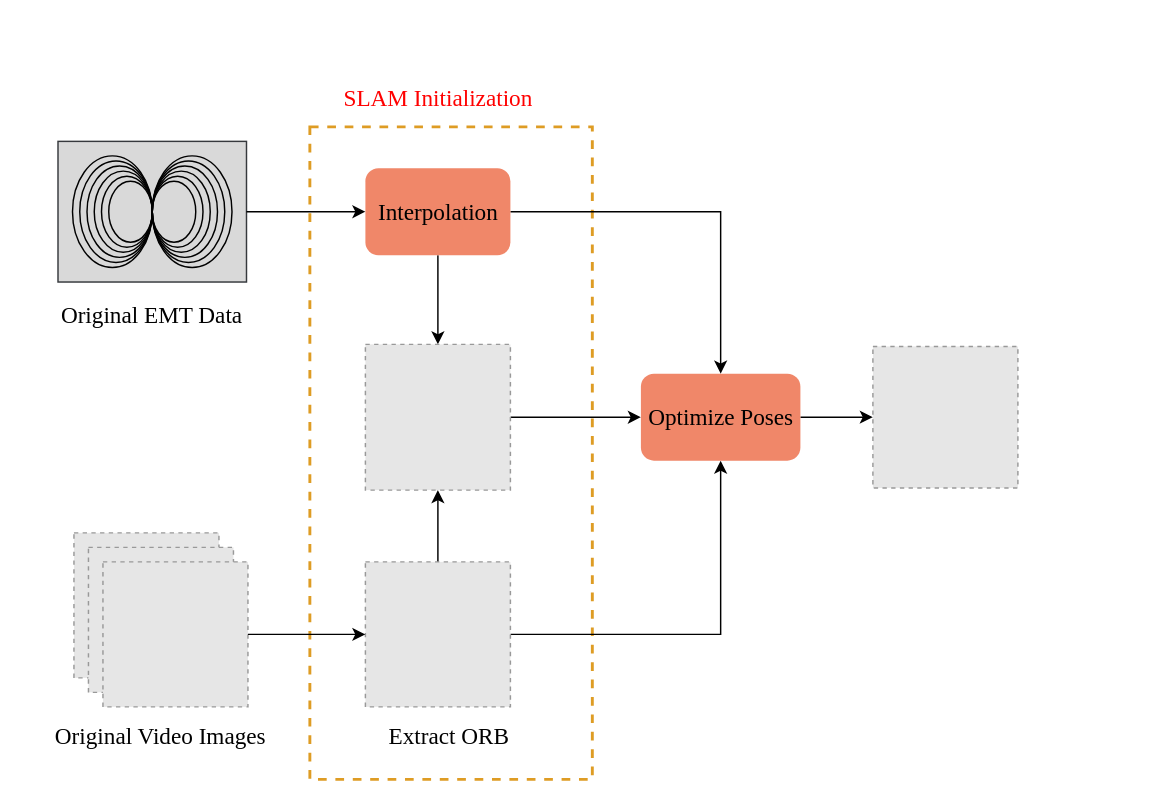
Before: framework.drawio in Abigail248/endoscope_orb_slan3, a draw.io diagram. Source tidied: cells renumbered, new cells numbered last; positions are measured from the earlier drawing's top-left corner, leaving out a move shared by most shapes. Both pictures are drawn from the tidied source at 145%, with x=0, y=0 at pixel (41, 83). Pictures stored in the file or linked from it are replaced by grey dashed boxes.
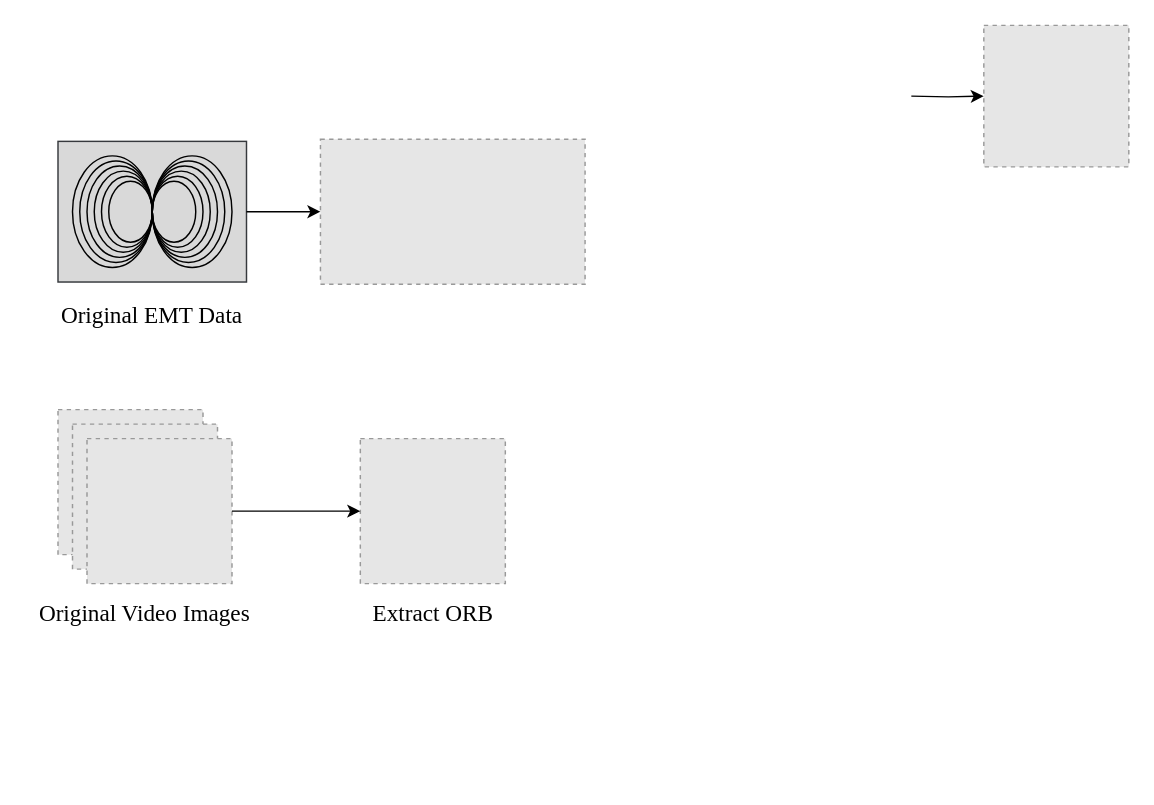
The same page after the edit.

Unchanged cells that the change refers to:
```xml
<mxCell id="5" style="rounded=0;whiteSpace=wrap;html=1;fillColor=#D9D9D9;strokeColor=#36393d;" parent="4" vertex="1">
  <mxGeometry width="130" height="97" as="geometry" />
</mxCell>
```

Change to the diagram source:
```diff
@@
-    <mxCell id="2" style="rounded=0;whiteSpace=wrap;html=1;strokeColor=#DE9C24;fillColor=none;strokeWidth=2;dashed=1;" parent="1" vertex="1">
-      <mxGeometry x="185.2" y="30" width="194.8" height="450" as="geometry" />
-    </mxCell>
@@
-    <mxCell id="25" style="edgeStyle=orthogonalEdgeStyle;rounded=0;jettySize=auto;html=1;" parent="1" edge="1" source="27" target="41">
-      <mxGeometry relative="1" as="geometry" />
-    </mxCell>
-    <mxCell id="26" style="edgeStyle=orthogonalEdgeStyle;rounded=0;jettySize=auto;html=1;exitX=1;exitY=0.5;exitDx=0;exitDy=0;entryX=0.5;entryY=0;entryDx=0;entryDy=0;" parent="1" edge="1" source="27" target="43">
-      <mxGeometry relative="1" as="geometry" />
-    </mxCell>
-    <mxCell id="27" value="Interpolation" style="rounded=1;whiteSpace=wrap;html=1;fontFamily=Times New Roman;fontSize=16;fillColor=#F08769;strokeColor=none;" parent="1" vertex="1">
-      <mxGeometry x="223.5" y="58.5" width="100" height="60" as="geometry" />
-    </mxCell>
     <mxCell id="28" style="group;" parent="1" vertex="1">
-      <mxGeometry x="22.5" y="310" width="170" height="150" as="geometry" />
+      <mxGeometry x="11.5" y="225" width="170" height="150" as="geometry" />
     </mxCell>
@@
-    <mxCell id="34" style="edgeStyle=orthogonalEdgeStyle;rounded=0;jettySize=auto;html=1;" parent="1" edge="1" source="36" target="43">
-      <mxGeometry relative="1" as="geometry" />
-    </mxCell>
-    <mxCell id="35" style="edgeStyle=orthogonalEdgeStyle;rounded=0;jettySize=auto;html=1;" parent="1" edge="1" source="36" target="41">
-      <mxGeometry relative="1" as="geometry" />
-    </mxCell>
     <mxCell id="36" style="fillColor=#E6E6E6;strokeColor=#999999;dashed=1;verticalLabelPosition=bottom;labelBackgroundColor=default;verticalAlign=top;" parent="1" vertex="1">
-      <mxGeometry x="223.5" y="330" width="100" height="100" as="geometry" />
+      <mxGeometry x="220" y="245" width="100" height="100" as="geometry" />
     </mxCell>
@@
     <mxCell id="38" value="&lt;font style=&quot;font-size: 16px;&quot;&gt;Extract ORB&lt;br style=&quot;font-size: 16px;&quot;&gt;&lt;/font&gt;" style="text;html=1;strokeColor=none;fillColor=none;align=center;verticalAlign=middle;whiteSpace=wrap;rounded=0;fontFamily=Times New Roman;fontSize=16;" parent="1" vertex="1">
-      <mxGeometry x="223.5" y="440" width="115" height="20" as="geometry" />
+      <mxGeometry x="212.5" y="355" width="115" height="20" as="geometry" />
     </mxCell>
-    <mxCell id="39" style="edgeStyle=orthogonalEdgeStyle;rounded=0;jettySize=auto;html=1;" parent="1" edge="1" source="5" target="27">
-      <mxGeometry relative="1" as="geometry" />
-    </mxCell>
-    <mxCell id="40" style="edgeStyle=orthogonalEdgeStyle;rounded=0;jettySize=auto;html=1;" parent="1" edge="1" source="41" target="43">
-      <mxGeometry relative="1" as="geometry" />
-    </mxCell>
-    <mxCell id="41" style="fillColor=#E6E6E6;strokeColor=#999999;dashed=1;verticalLabelPosition=bottom;labelBackgroundColor=default;verticalAlign=top;" parent="1" vertex="1">
-      <mxGeometry x="223.5" y="180" width="100" height="100.5" as="geometry" />
-    </mxCell>
-    <mxCell id="42" style="edgeStyle=orthogonalEdgeStyle;rounded=0;jettySize=auto;html=1;" parent="1" edge="1" source="43" target="44">
-      <mxGeometry relative="1" as="geometry" />
+    <mxCell id="42" style="edgeStyle=orthogonalEdgeStyle;rounded=0;jettySize=auto;html=1;" parent="1" edge="1" target="44">
+      <mxGeometry relative="1" as="geometry">
+        <mxPoint x="600" y="8.8" as="sourcePoint" />
+      </mxGeometry>
     </mxCell>
-    <mxCell id="43" value="Optimize Poses" style="rounded=1;whiteSpace=wrap;html=1;fontFamily=Times New Roman;fontSize=16;fillColor=#F08769;strokeColor=none;" parent="1" vertex="1">
-      <mxGeometry x="413.5" y="200.2" width="110" height="60" as="geometry" />
-    </mxCell>
     <mxCell id="44" style="fillColor=#E6E6E6;strokeColor=#999999;dashed=1;verticalLabelPosition=bottom;labelBackgroundColor=default;verticalAlign=top;" parent="1" vertex="1">
-      <mxGeometry x="573.5" y="181.4" width="100" height="97.6" as="geometry" />
+      <mxGeometry x="650" y="-40" width="100" height="97.6" as="geometry" />
     </mxCell>
-    <mxCell id="45" value="SLAM Initialization&lt;br style=&quot;font-size: 16px;&quot;&gt;" style="text;html=1;strokeColor=none;fillColor=none;align=center;verticalAlign=middle;whiteSpace=wrap;rounded=0;fontFamily=Times New Roman;fontSize=16;fontColor=#FF0000;" parent="1" vertex="1">
-      <mxGeometry x="183.5" width="180" height="20" as="geometry" />
-    </mxCell>
+    <mxCell id="46" style="fillColor=#E6E6E6;strokeColor=#999999;dashed=1;verticalLabelPosition=bottom;labelBackgroundColor=default;verticalAlign=top;" parent="1" vertex="1">
+      <mxGeometry x="192.5" y="38.5" width="182.5" height="100" as="geometry" />
+    </mxCell>
+    <mxCell id="47" style="edgeStyle=orthogonalEdgeStyle;rounded=0;jettySize=auto;html=1;" parent="1" edge="1" source="5" target="46">
+      <mxGeometry relative="1" as="geometry" />
+    </mxCell>
```
